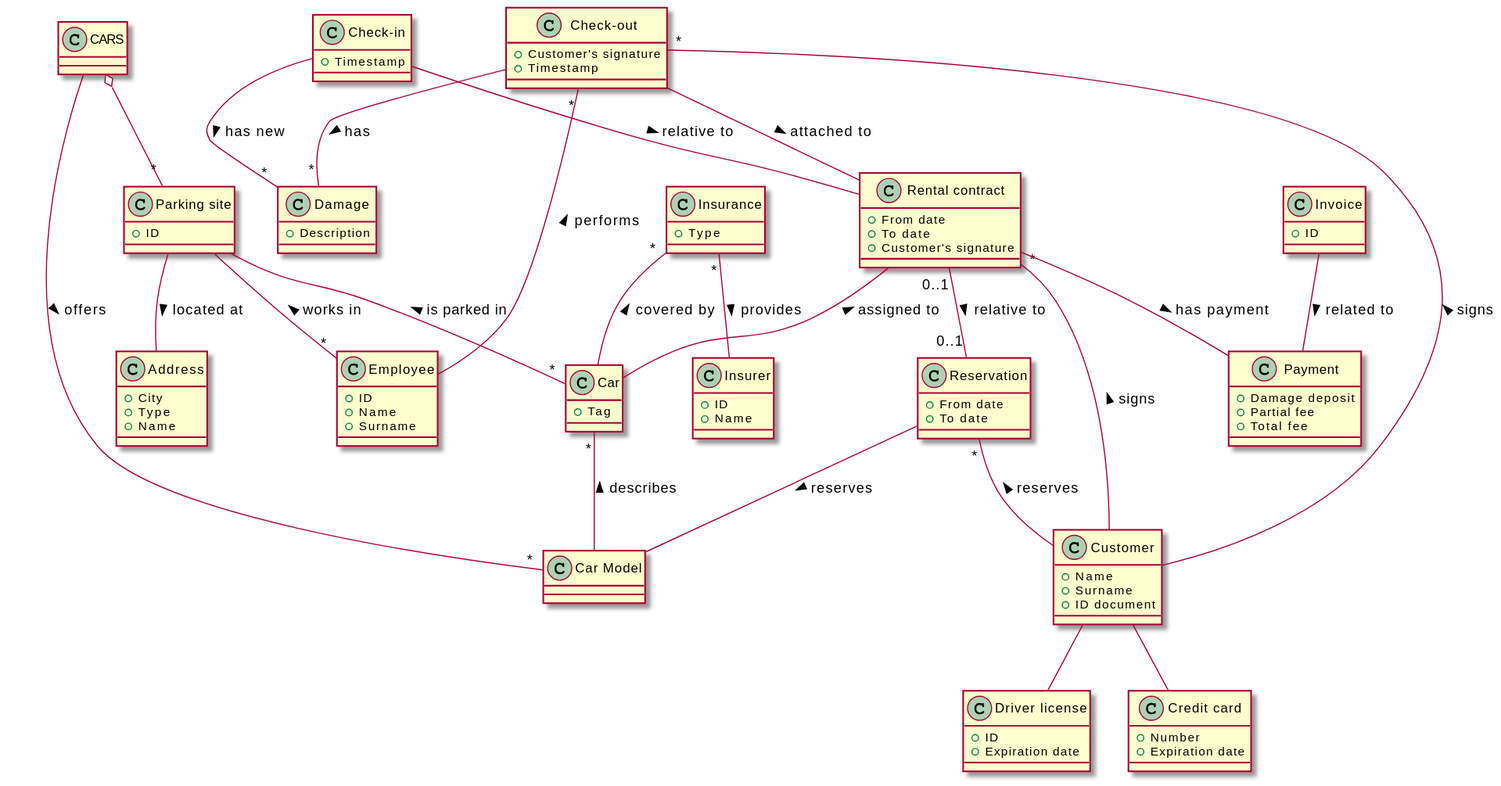
Earlier version of the PlantUML export plantuml/car_rental.svg (franco-ruggeri/polito-information-systems).
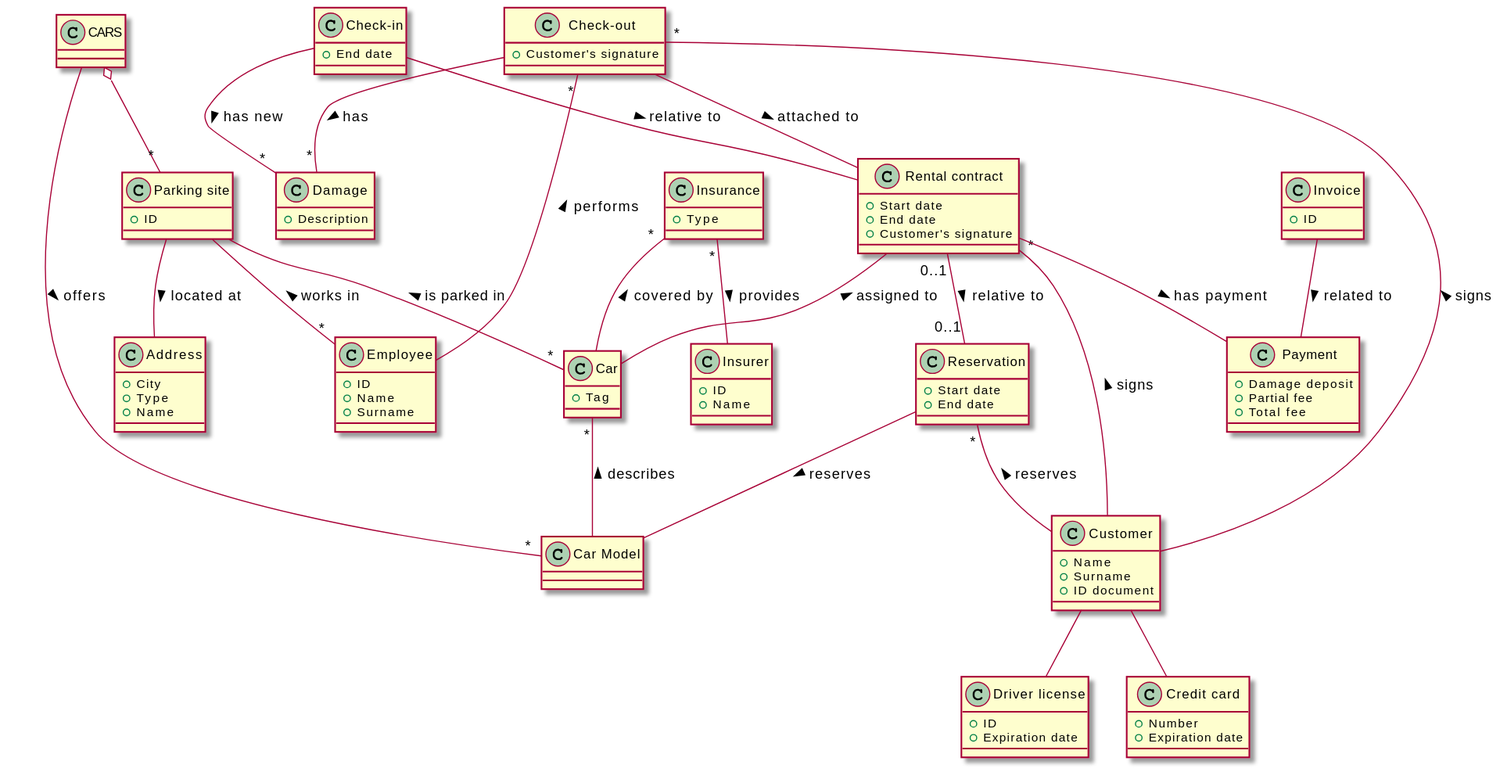
The same file after the commit.

The edit, as a diff of the source:
```diff
@@ -42,8 +42,8 @@
 class Reservation
 Reservation "*" -- Customer : reserves <
 Reservation -- CarModel : reserves >
-Reservation : +From date
-Reservation : +To date
+Reservation : +Start date
+Reservation : +End date
 
 class "Rental contract" as RentalContract
 class Payment
@@ -51,8 +51,8 @@
 RentalContract "0..1" -- "0..1" Reservation : relative to >
 RentalContract -- Payment : has payment >
 RentalContract -- Car : assigned to <
-RentalContract : +From date
-RentalContract : +To date
+RentalContract : +Start date
+RentalContract : +End date
 RentalContract : +Customer's signature
 CreditCard : +Number
 CreditCard : +Expiration date
@@ -67,13 +67,12 @@
 Checkout "*" -- Customer : signs <
 Checkout "*" -- Employee : performs <
 Checkout : +Customer's signature
-Checkout : +Timestamp
 Damage : +Description
 
 class "Check-in" as Checkin
 Checkin -- RentalContract : relative to >
 Checkin -- "*" Damage : has new >
-Checkin : +Timestamp
+Checkin : +End date
 
 class Invoice
 Invoice -- Payment : related to >
```
